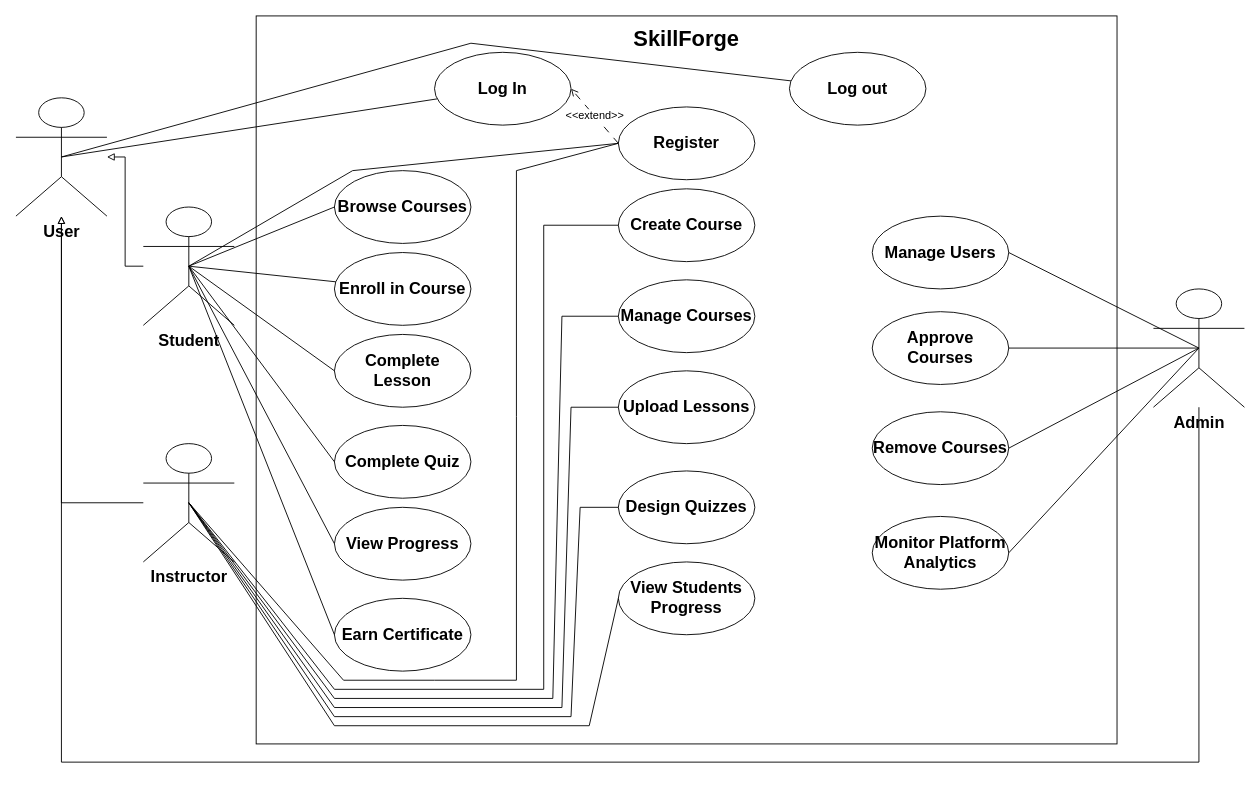
Before: Diagrams/UseCaseDiagram.drawio in Smook-e/Prog2_lab6, a draw.io diagram. Source tidied: cells renumbered, new cells numbered last; positions are measured from the earlier drawing's top-left corner, leaving out a move shared by most shapes. Both pictures are drawn from the tidied source at 91%, with x=0, y=0 at pixel (15, 15).
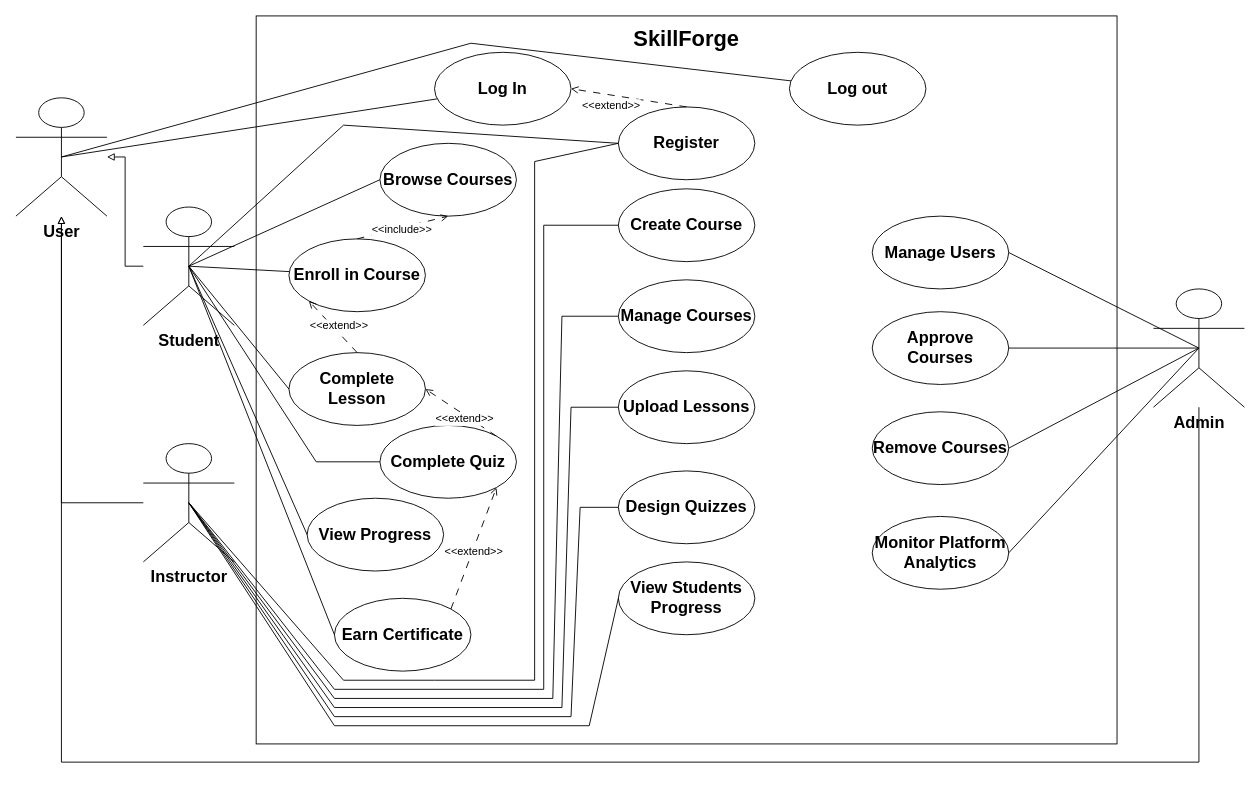
The same page after the edit.

Commit message:
commit to student relationships

Unchanged cells that the change refers to:
```xml
<mxCell id="7" value="&lt;font style=&quot;font-size: 18px;&quot;&gt;&lt;b&gt;Instructor&lt;/b&gt;&lt;/font&gt;" style="shape=umlActor;verticalLabelPosition=bottom;verticalAlign=top;html=1;outlineConnect=0;" parent="1" vertex="1">
  <mxGeometry x="140" y="470" width="100" height="130" as="geometry" />
</mxCell>
<mxCell id="9" value="&lt;font style=&quot;font-size: 18px;&quot;&gt;&lt;b&gt;Student&lt;/b&gt;&lt;/font&gt;" style="shape=umlActor;verticalLabelPosition=bottom;verticalAlign=top;html=1;outlineConnect=0;" parent="1" vertex="1">
  <mxGeometry x="140" y="210" width="100" height="130" as="geometry" />
</mxCell>
<mxCell id="18" value="&lt;span style=&quot;font-size: 18px;&quot;&gt;&lt;b&gt;Earn Certificate&lt;/b&gt;&lt;/span&gt;" style="ellipse;whiteSpace=wrap;html=1;" parent="1" vertex="1">
  <mxGeometry x="350" y="640" width="150" height="80" as="geometry" />
</mxCell>
<mxCell id="24" value="&lt;font style=&quot;font-size: 18px;&quot;&gt;&lt;b&gt;Log In&lt;/b&gt;&lt;/font&gt;" style="ellipse;whiteSpace=wrap;html=1;" parent="1" vertex="1">
  <mxGeometry x="460" y="40" width="150" height="80" as="geometry" />
</mxCell>
<mxCell id="25" value="&lt;b&gt;&lt;font style=&quot;font-size: 18px;&quot;&gt;Register&lt;/font&gt;&lt;/b&gt;" style="ellipse;whiteSpace=wrap;html=1;" parent="1" vertex="1">
  <mxGeometry x="662" y="100" width="150" height="80" as="geometry" />
</mxCell>
```

Diff of the diagram source:
```diff
@@
     <mxCell id="11" value="&lt;font style=&quot;font-size: 18px;&quot;&gt;&lt;b&gt;Browse Courses&lt;/b&gt;&lt;/font&gt;" style="ellipse;whiteSpace=wrap;html=1;" parent="1" vertex="1">
-      <mxGeometry x="350" y="170" width="150" height="80" as="geometry" />
+      <mxGeometry x="400" y="140" width="150" height="80" as="geometry" />
     </mxCell>
@@
     <mxCell id="14" value="&lt;span style=&quot;font-size: 18px;&quot;&gt;&lt;b&gt;Enroll in Course&lt;/b&gt;&lt;/span&gt;" style="ellipse;whiteSpace=wrap;html=1;" parent="1" vertex="1">
-      <mxGeometry x="350" y="260" width="150" height="80" as="geometry" />
+      <mxGeometry x="300" y="245" width="150" height="80" as="geometry" />
     </mxCell>
     <mxCell id="15" value="&lt;span style=&quot;font-size: 18px;&quot;&gt;&lt;b&gt;Complete Lesson&lt;/b&gt;&lt;/span&gt;" style="ellipse;whiteSpace=wrap;html=1;" parent="1" vertex="1">
-      <mxGeometry x="350" y="350" width="150" height="80" as="geometry" />
+      <mxGeometry x="300" y="370" width="150" height="80" as="geometry" />
     </mxCell>
     <mxCell id="16" value="&lt;span style=&quot;font-size: 18px;&quot;&gt;&lt;b&gt;Complete Quiz&lt;/b&gt;&lt;/span&gt;" style="ellipse;whiteSpace=wrap;html=1;" parent="1" vertex="1">
-      <mxGeometry x="350" y="450" width="150" height="80" as="geometry" />
+      <mxGeometry x="400" y="450" width="150" height="80" as="geometry" />
     </mxCell>
     <mxCell id="17" value="&lt;span style=&quot;font-size: 18px;&quot;&gt;&lt;b&gt;View Progress&lt;/b&gt;&lt;/span&gt;" style="ellipse;whiteSpace=wrap;html=1;" parent="1" vertex="1">
-      <mxGeometry x="350" y="540" width="150" height="80" as="geometry" />
+      <mxGeometry x="320" y="530" width="150" height="80" as="geometry" />
     </mxCell>
@@
     <mxCell id="33" style="endArrow=none;html=1;rounded=0;exitX=0.5;exitY=0.5;exitDx=0;exitDy=0;exitPerimeter=0;entryX=0;entryY=0.5;entryDx=0;entryDy=0;" parent="1" edge="1" source="9" target="25">
       <mxGeometry relative="1" as="geometry">
         <Array as="points">
-          <mxPoint x="370" y="170" />
+          <mxPoint x="360" y="120" />
         </Array>
       </mxGeometry>
     </mxCell>
@@
     <mxCell id="37" style="endArrow=none;html=1;rounded=0;exitX=0.5;exitY=0.5;exitDx=0;exitDy=0;exitPerimeter=0;entryX=0;entryY=0.5;entryDx=0;entryDy=0;" parent="1" edge="1" source="9" target="16">
-      <mxGeometry relative="1" as="geometry" />
+      <mxGeometry relative="1" as="geometry">
+        <Array as="points">
+          <mxPoint x="330" y="490" />
+        </Array>
+      </mxGeometry>
     </mxCell>
@@
     <mxCell id="40" style="endArrow=none;html=1;rounded=0;exitX=0.5;exitY=0.5;exitDx=0;exitDy=0;exitPerimeter=0;entryX=0;entryY=0.5;entryDx=0;entryDy=0;" parent="1" edge="1" source="7" target="25">
       <mxGeometry relative="1" as="geometry">
         <Array as="points">
           <mxPoint x="360" y="730" />
           <mxPoint x="460" y="730" />
-          <mxPoint x="550" y="730" />
-          <mxPoint x="550" y="440" />
-          <mxPoint x="550" y="170" />
+          <mxPoint x="570" y="730" />
+          <mxPoint x="570" y="160" />
         </Array>
       </mxGeometry>
     </mxCell>
@@
-    <mxCell id="50" style="endArrow=open;html=1;rounded=0;entryX=1;entryY=0.5;entryDx=0;entryDy=0;exitX=0;exitY=0.5;exitDx=0;exitDy=0;dashed=1;dashPattern=8 8;endFill=0;fontSize=11;" parent="1" edge="1" source="25" target="24">
+    <mxCell id="50" style="endArrow=open;html=1;rounded=0;entryX=1;entryY=0.5;entryDx=0;entryDy=0;exitX=0.5;exitY=0;exitDx=0;exitDy=0;dashed=1;dashPattern=8 8;endFill=0;fontSize=11;" parent="1" edge="1" source="25" target="24">
       <mxGeometry relative="1" as="geometry" />
     </mxCell>
@@
+    <mxCell id="52" style="endArrow=open;html=1;rounded=0;exitX=0.5;exitY=0;exitDx=0;exitDy=0;entryX=0.5;entryY=1;entryDx=0;entryDy=0;dashed=1;dashPattern=8 8;endFill=0;" parent="1" edge="1" source="14" target="11">
+      <mxGeometry relative="1" as="geometry" />
+    </mxCell>
+    <mxCell id="53" value="&amp;lt;&amp;lt;include&amp;gt;&amp;gt;" style="edgeLabel;html=1;align=center;verticalAlign=middle;fontSize=12;" parent="52" vertex="1">
+      <mxGeometry x="-0.03" y="-1" relative="1" as="geometry">
+        <mxPoint y="1" as="offset" />
+      </mxGeometry>
+    </mxCell>
+    <mxCell id="54" style="endArrow=open;html=1;rounded=0;exitX=0.5;exitY=0;exitDx=0;exitDy=0;entryX=0;entryY=1;entryDx=0;entryDy=0;dashed=1;dashPattern=8 8;endFill=0;" parent="1" edge="1" source="15" target="14">
+      <mxGeometry relative="1" as="geometry" />
+    </mxCell>
+    <mxCell id="55" value="&amp;lt;&amp;lt;extend&amp;gt;&amp;gt;" style="edgeLabel;html=1;align=center;verticalAlign=middle;fontSize=12;" parent="54" vertex="1">
+      <mxGeometry x="-0.11" y="-4" relative="1" as="geometry">
+        <mxPoint y="-1" as="offset" />
+      </mxGeometry>
+    </mxCell>
+    <mxCell id="56" style="endArrow=open;html=1;rounded=0;exitX=1;exitY=0;exitDx=0;exitDy=0;entryX=1;entryY=0.5;entryDx=0;entryDy=0;dashed=1;dashPattern=8 8;endFill=0;" parent="1" edge="1" source="16" target="15">
+      <mxGeometry relative="1" as="geometry" />
+    </mxCell>
+    <mxCell id="57" value="&amp;lt;&amp;lt;extend&amp;gt;&amp;gt;" style="edgeLabel;html=1;align=center;verticalAlign=middle;fontSize=12;" parent="56" vertex="1">
+      <mxGeometry x="-0.11" y="3" relative="1" as="geometry">
+        <mxPoint x="1" y="1" as="offset" />
+      </mxGeometry>
+    </mxCell>
+    <mxCell id="58" style="endArrow=open;html=1;rounded=0;exitX=1;exitY=0;exitDx=0;exitDy=0;entryX=1;entryY=1;entryDx=0;entryDy=0;dashed=1;dashPattern=8 8;endFill=0;" parent="1" edge="1" source="18" target="16">
+      <mxGeometry relative="1" as="geometry" />
+    </mxCell>
+    <mxCell id="59" value="&amp;lt;&amp;lt;extend&amp;gt;&amp;gt;" style="edgeLabel;html=1;align=center;verticalAlign=middle;fontSize=12;" parent="58" vertex="1">
+      <mxGeometry x="-0.03" relative="1" as="geometry">
+        <mxPoint y="1" as="offset" />
+      </mxGeometry>
+    </mxCell>
```
